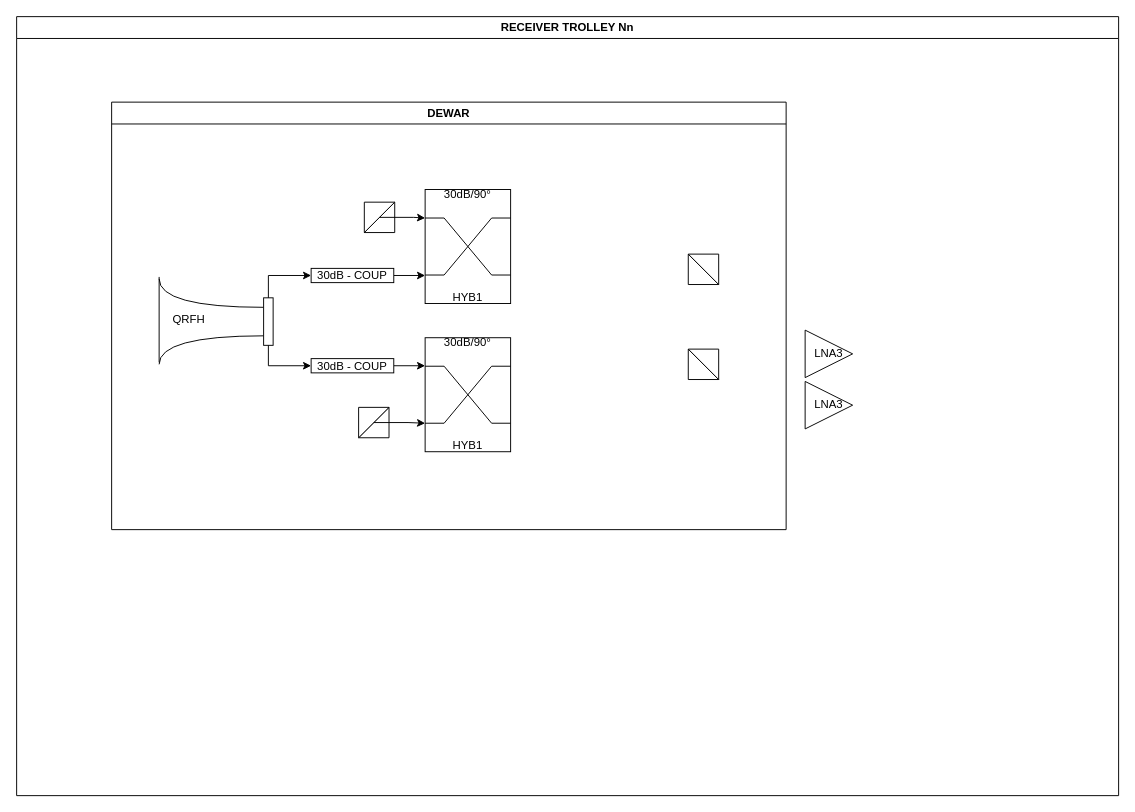
Above: vlbi_2_Nn_v02.drawio in faksdal/vlbi (draw.io), before the change. Source tidied: cells renumbered, new cells numbered last; positions are measured from the earlier drawing's top-left corner, leaving out a move shared by most shapes. Both pictures are drawn from the tidied source at 95%, with x=0, y=0 at pixel (16, 16).
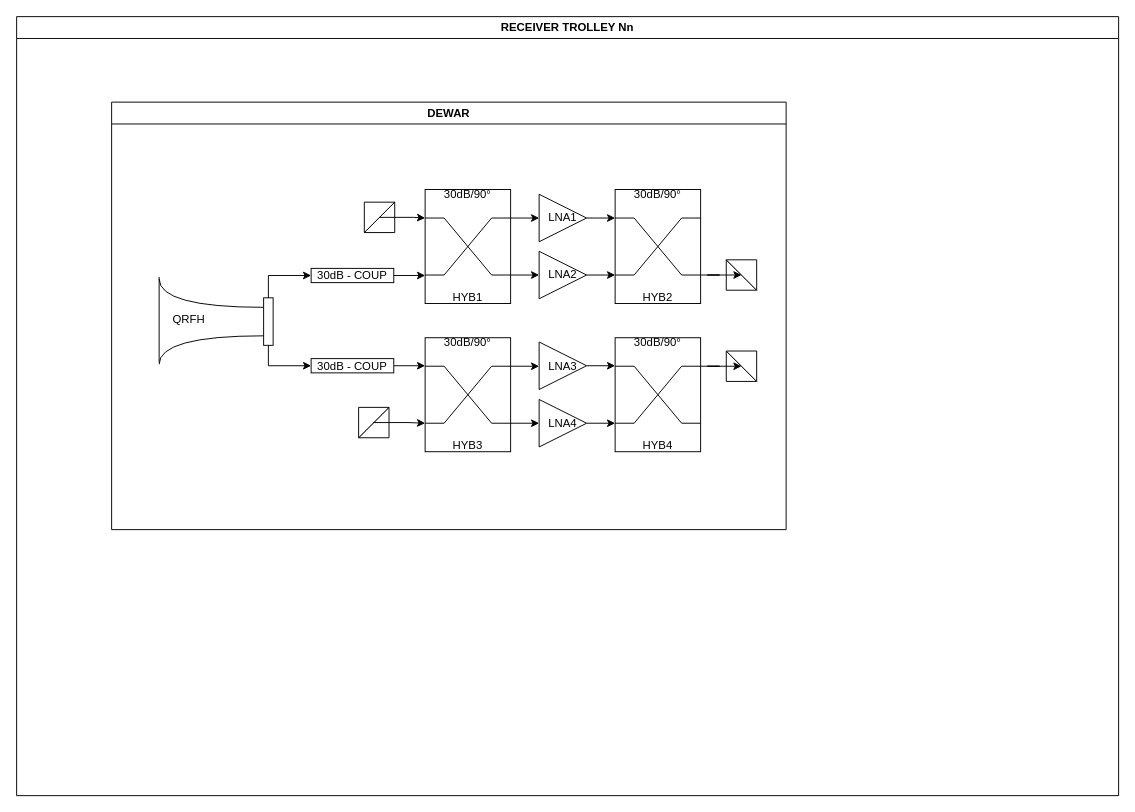
The same page after the edit.

Unchanged cells that the change refers to:
```xml
<mxCell id="2" value="RECEIVER TROLLEY Nn" style="swimlane;whiteSpace=wrap;html=1;" parent="1" vertex="1">
  <mxGeometry width="1160" height="820" as="geometry" />
</mxCell>
<mxCell id="3" value="DEWAR" style="swimlane;whiteSpace=wrap;html=1;" parent="2" vertex="1">
  <mxGeometry x="100" y="90" width="710" height="450" as="geometry" />
</mxCell>
<mxCell id="27" style="rounded=0;whiteSpace=wrap;html=1;" parent="26" vertex="1">
  <mxGeometry width="90" height="120" as="geometry" />
</mxCell>
<mxCell id="36" style="group;" parent="3" vertex="1">
  <mxGeometry x="330" y="248" width="90" height="120" as="geometry" />
</mxCell>
<mxCell id="37" style="rounded=0;whiteSpace=wrap;html=1;" parent="36" vertex="1">
  <mxGeometry width="90" height="120" as="geometry" />
</mxCell>
```

Change to the diagram source:
```diff
@@
-    <mxCell id="18" style="group;rotation=0;" parent="3" vertex="1">
-      <mxGeometry x="600" y="160" width="20" height="20" as="geometry" />
-    </mxCell>
-    <mxCell id="19" style="verticalLabelPosition=bottom;verticalAlign=top;html=1;shape=mxgraph.basic.orthogonal_triangle;rotation=0;fillStyle=solid;fillColor=light-dark(#FFFFFF,#FFFFFF);" parent="18" vertex="1">
-      <mxGeometry x="7" width="32" height="32" as="geometry" />
-    </mxCell>
-    <mxCell id="20" style="verticalLabelPosition=bottom;verticalAlign=top;html=1;shape=mxgraph.basic.orthogonal_triangle;flipH=1;flipV=1;rotation=0;fillStyle=solid;fillColor=light-dark(#FFFFFF,#000000);" parent="18" vertex="1">
-      <mxGeometry x="7" width="32" height="32" as="geometry" />
-    </mxCell>
-    <mxCell id="21" style="group;rotation=0;" parent="3" vertex="1">
-      <mxGeometry x="600" y="260" width="20" height="20" as="geometry" />
-    </mxCell>
-    <mxCell id="22" style="verticalLabelPosition=bottom;verticalAlign=top;html=1;shape=mxgraph.basic.orthogonal_triangle;rotation=0;fillStyle=solid;fillColor=light-dark(#FFFFFF,#FFFFFF);" parent="21" vertex="1">
-      <mxGeometry x="7" width="32" height="32" as="geometry" />
-    </mxCell>
-    <mxCell id="23" style="verticalLabelPosition=bottom;verticalAlign=top;html=1;shape=mxgraph.basic.orthogonal_triangle;flipH=1;flipV=1;rotation=0;fillStyle=solid;fillColor=light-dark(#FFFFFF,#000000);" parent="21" vertex="1">
-      <mxGeometry x="7" width="32" height="32" as="geometry" />
-    </mxCell>
@@
-    <mxCell id="38" value="HYB1" style="text;html=1;align=center;verticalAlign=middle;whiteSpace=wrap;rounded=0;" parent="36" vertex="1">
+    <mxCell id="38" value="HYB3" style="text;html=1;align=center;verticalAlign=middle;whiteSpace=wrap;rounded=0;" parent="36" vertex="1">
       <mxGeometry x="15" y="109" width="60" height="10" as="geometry" />
     </mxCell>
@@
+    <mxCell id="52" style="edgeStyle=orthogonalEdgeStyle;rounded=0;jettySize=auto;html=1;exitX=1;exitY=0.5;exitDx=0;exitDy=0;entryX=0;entryY=0.25;entryDx=0;entryDy=0;" parent="3" edge="1" source="50" target="73">
+      <mxGeometry relative="1" as="geometry" />
+    </mxCell>
-    <mxCell id="50" value="LNA3" style="triangle;whiteSpace=wrap;html=1;" parent="2" vertex="1">
-      <mxGeometry x="830" y="330" width="50" height="50" as="geometry" />
+    <mxCell id="50" value="LNA3" style="triangle;whiteSpace=wrap;html=1;" parent="3" vertex="1">
+      <mxGeometry x="450" y="252.5" width="50" height="50" as="geometry" />
     </mxCell>
+    <mxCell id="53" style="edgeStyle=orthogonalEdgeStyle;rounded=0;jettySize=auto;html=1;exitX=1;exitY=0.5;exitDx=0;exitDy=0;entryX=0;entryY=0.75;entryDx=0;entryDy=0;" parent="3" edge="1" source="51" target="73">
+      <mxGeometry relative="1" as="geometry" />
+    </mxCell>
-    <mxCell id="51" value="LNA3" style="triangle;whiteSpace=wrap;html=1;" parent="2" vertex="1">
-      <mxGeometry x="830" y="384" width="50" height="50" as="geometry" />
+    <mxCell id="51" value="LNA4" style="triangle;whiteSpace=wrap;html=1;" parent="3" vertex="1">
+      <mxGeometry x="450" y="313" width="50" height="50" as="geometry" />
     </mxCell>
+    <mxCell id="54" style="edgeStyle=orthogonalEdgeStyle;rounded=0;jettySize=auto;html=1;exitX=1;exitY=0.5;exitDx=0;exitDy=0;entryX=0;entryY=0.25;entryDx=0;entryDy=0;" parent="3" edge="1" source="55" target="63">
+      <mxGeometry relative="1" as="geometry" />
+    </mxCell>
+    <mxCell id="55" value="LNA1" style="triangle;whiteSpace=wrap;html=1;" parent="3" vertex="1">
+      <mxGeometry x="450" y="97" width="50" height="50" as="geometry" />
+    </mxCell>
+    <mxCell id="56" style="edgeStyle=orthogonalEdgeStyle;rounded=0;jettySize=auto;html=1;exitX=1;exitY=0.5;exitDx=0;exitDy=0;entryX=0;entryY=0.75;entryDx=0;entryDy=0;" parent="3" edge="1" source="57" target="63">
+      <mxGeometry relative="1" as="geometry" />
+    </mxCell>
+    <mxCell id="57" value="LNA2" style="triangle;whiteSpace=wrap;html=1;" parent="3" vertex="1">
+      <mxGeometry x="450" y="157" width="50" height="50" as="geometry" />
+    </mxCell>
+    <mxCell id="58" style="edgeStyle=orthogonalEdgeStyle;rounded=0;jettySize=auto;html=1;exitX=1;exitY=0.25;exitDx=0;exitDy=0;entryX=0;entryY=0.5;entryDx=0;entryDy=0;" parent="3" edge="1" source="27" target="55">
+      <mxGeometry relative="1" as="geometry" />
+    </mxCell>
+    <mxCell id="59" style="edgeStyle=orthogonalEdgeStyle;rounded=0;jettySize=auto;html=1;exitX=1;exitY=0.75;exitDx=0;exitDy=0;entryX=0;entryY=0.5;entryDx=0;entryDy=0;" parent="3" edge="1" source="27" target="57">
+      <mxGeometry relative="1" as="geometry" />
+    </mxCell>
+    <mxCell id="60" style="edgeStyle=orthogonalEdgeStyle;rounded=0;jettySize=auto;html=1;exitX=1;exitY=0.25;exitDx=0;exitDy=0;entryX=0;entryY=0.5;entryDx=0;entryDy=0;" parent="3" edge="1" source="37" target="50">
+      <mxGeometry relative="1" as="geometry" />
+    </mxCell>
+    <mxCell id="61" style="edgeStyle=orthogonalEdgeStyle;rounded=0;jettySize=auto;html=1;exitX=1;exitY=0.75;exitDx=0;exitDy=0;entryX=0;entryY=0.5;entryDx=0;entryDy=0;" parent="3" edge="1" source="37" target="51">
+      <mxGeometry relative="1" as="geometry" />
+    </mxCell>
+    <mxCell id="62" style="group;" parent="3" vertex="1">
+      <mxGeometry x="530" y="92" width="90" height="120" as="geometry" />
+    </mxCell>
+    <mxCell id="63" style="rounded=0;whiteSpace=wrap;html=1;" parent="62" vertex="1">
+      <mxGeometry width="90" height="120" as="geometry" />
+    </mxCell>
+    <mxCell id="64" value="HYB2" style="text;html=1;align=center;verticalAlign=middle;whiteSpace=wrap;rounded=0;" parent="62" vertex="1">
+      <mxGeometry x="15" y="109" width="60" height="10" as="geometry" />
+    </mxCell>
+    <mxCell id="65" value="30dB/90°" style="text;html=1;align=center;verticalAlign=middle;whiteSpace=wrap;rounded=0;" parent="62" vertex="1">
+      <mxGeometry x="15" width="60" height="10" as="geometry" />
+    </mxCell>
+    <mxCell id="66" style="endArrow=none;html=1;rounded=0;entryX=1;entryY=0.25;entryDx=0;entryDy=0;exitX=0.778;exitY=0.25;exitDx=0;exitDy=0;exitPerimeter=0;" parent="62" edge="1" source="63" target="63">
+      <mxGeometry relative="1" as="geometry" />
+    </mxCell>
+    <mxCell id="67" style="endArrow=none;html=1;rounded=0;entryX=1;entryY=0.25;entryDx=0;entryDy=0;exitX=0.778;exitY=0.25;exitDx=0;exitDy=0;exitPerimeter=0;" parent="62" edge="1">
+      <mxGeometry relative="1" as="geometry">
+        <mxPoint y="90" as="sourcePoint" />
+        <mxPoint x="20" y="90" as="targetPoint" />
+      </mxGeometry>
+    </mxCell>
+    <mxCell id="68" style="endArrow=none;html=1;rounded=0;entryX=1;entryY=0.25;entryDx=0;entryDy=0;exitX=0.778;exitY=0.25;exitDx=0;exitDy=0;exitPerimeter=0;" parent="62" edge="1">
+      <mxGeometry relative="1" as="geometry">
+        <mxPoint x="70" y="90" as="sourcePoint" />
+        <mxPoint x="90" y="90" as="targetPoint" />
+      </mxGeometry>
+    </mxCell>
+    <mxCell id="69" style="endArrow=none;html=1;rounded=0;entryX=1;entryY=0.25;entryDx=0;entryDy=0;exitX=0.778;exitY=0.25;exitDx=0;exitDy=0;exitPerimeter=0;" parent="62" edge="1">
+      <mxGeometry relative="1" as="geometry">
+        <mxPoint y="30" as="sourcePoint" />
+        <mxPoint x="20" y="30" as="targetPoint" />
+      </mxGeometry>
+    </mxCell>
+    <mxCell id="70" style="endArrow=none;html=1;rounded=0;" parent="62" edge="1">
+      <mxGeometry relative="1" as="geometry">
+        <mxPoint x="20" y="90" as="sourcePoint" />
+        <mxPoint x="70" y="30" as="targetPoint" />
+      </mxGeometry>
+    </mxCell>
+    <mxCell id="71" style="endArrow=none;html=1;rounded=0;" parent="62" edge="1">
+      <mxGeometry relative="1" as="geometry">
+        <mxPoint x="70" y="90" as="sourcePoint" />
+        <mxPoint x="20" y="30" as="targetPoint" />
+      </mxGeometry>
+    </mxCell>
+    <mxCell id="72" style="group;" parent="3" vertex="1">
+      <mxGeometry x="530" y="248" width="90" height="120" as="geometry" />
+    </mxCell>
+    <mxCell id="73" style="rounded=0;whiteSpace=wrap;html=1;" parent="72" vertex="1">
+      <mxGeometry width="90" height="120" as="geometry" />
+    </mxCell>
+    <mxCell id="74" value="HYB4" style="text;html=1;align=center;verticalAlign=middle;whiteSpace=wrap;rounded=0;" parent="72" vertex="1">
+      <mxGeometry x="15" y="109" width="60" height="10" as="geometry" />
+    </mxCell>
+    <mxCell id="75" value="30dB/90°" style="text;html=1;align=center;verticalAlign=middle;whiteSpace=wrap;rounded=0;" parent="72" vertex="1">
+      <mxGeometry x="15" width="60" height="10" as="geometry" />
+    </mxCell>
+    <mxCell id="76" style="endArrow=none;html=1;rounded=0;entryX=1;entryY=0.25;entryDx=0;entryDy=0;exitX=0.778;exitY=0.25;exitDx=0;exitDy=0;exitPerimeter=0;" parent="72" edge="1" source="73" target="73">
+      <mxGeometry relative="1" as="geometry" />
+    </mxCell>
+    <mxCell id="77" style="endArrow=none;html=1;rounded=0;entryX=1;entryY=0.25;entryDx=0;entryDy=0;exitX=0.778;exitY=0.25;exitDx=0;exitDy=0;exitPerimeter=0;" parent="72" edge="1">
+      <mxGeometry relative="1" as="geometry">
+        <mxPoint y="90" as="sourcePoint" />
+        <mxPoint x="20" y="90" as="targetPoint" />
+      </mxGeometry>
+    </mxCell>
+    <mxCell id="78" style="endArrow=none;html=1;rounded=0;entryX=1;entryY=0.25;entryDx=0;entryDy=0;exitX=0.778;exitY=0.25;exitDx=0;exitDy=0;exitPerimeter=0;" parent="72" edge="1">
+      <mxGeometry relative="1" as="geometry">
+        <mxPoint x="70" y="90" as="sourcePoint" />
+        <mxPoint x="90" y="90" as="targetPoint" />
+      </mxGeometry>
+    </mxCell>
+    <mxCell id="79" style="endArrow=none;html=1;rounded=0;entryX=1;entryY=0.25;entryDx=0;entryDy=0;exitX=0.778;exitY=0.25;exitDx=0;exitDy=0;exitPerimeter=0;" parent="72" edge="1">
+      <mxGeometry relative="1" as="geometry">
+        <mxPoint y="30" as="sourcePoint" />
+        <mxPoint x="20" y="30" as="targetPoint" />
+      </mxGeometry>
+    </mxCell>
+    <mxCell id="80" style="endArrow=none;html=1;rounded=0;" parent="72" edge="1">
+      <mxGeometry relative="1" as="geometry">
+        <mxPoint x="20" y="90" as="sourcePoint" />
+        <mxPoint x="70" y="30" as="targetPoint" />
+      </mxGeometry>
+    </mxCell>
+    <mxCell id="81" style="endArrow=none;html=1;rounded=0;" parent="72" edge="1">
+      <mxGeometry relative="1" as="geometry">
+        <mxPoint x="70" y="90" as="sourcePoint" />
+        <mxPoint x="20" y="30" as="targetPoint" />
+      </mxGeometry>
+    </mxCell>
+    <mxCell id="18" style="group;rotation=0;" parent="3" vertex="1">
+      <mxGeometry x="640" y="166" width="20" height="20" as="geometry" />
+    </mxCell>
+    <mxCell id="19" style="verticalLabelPosition=bottom;verticalAlign=top;html=1;shape=mxgraph.basic.orthogonal_triangle;rotation=0;fillStyle=solid;fillColor=light-dark(#FFFFFF,#FFFFFF);" parent="18" vertex="1">
+      <mxGeometry x="7" width="32" height="32" as="geometry" />
+    </mxCell>
+    <mxCell id="20" style="verticalLabelPosition=bottom;verticalAlign=top;html=1;shape=mxgraph.basic.orthogonal_triangle;flipH=1;flipV=1;rotation=0;fillStyle=solid;fillColor=light-dark(#FFFFFF,#000000);" parent="18" vertex="1">
+      <mxGeometry x="7" width="32" height="32" as="geometry" />
+    </mxCell>
+    <mxCell id="21" style="group;rotation=0;" parent="3" vertex="1">
+      <mxGeometry x="640" y="262" width="20" height="20" as="geometry" />
+    </mxCell>
+    <mxCell id="22" style="verticalLabelPosition=bottom;verticalAlign=top;html=1;shape=mxgraph.basic.orthogonal_triangle;rotation=0;fillStyle=solid;fillColor=light-dark(#FFFFFF,#FFFFFF);" parent="21" vertex="1">
+      <mxGeometry x="7" width="32" height="32" as="geometry" />
+    </mxCell>
+    <mxCell id="23" style="verticalLabelPosition=bottom;verticalAlign=top;html=1;shape=mxgraph.basic.orthogonal_triangle;flipH=1;flipV=1;rotation=0;fillStyle=solid;fillColor=light-dark(#FFFFFF,#000000);" parent="21" vertex="1">
+      <mxGeometry x="7" width="32" height="32" as="geometry" />
+    </mxCell>
+    <mxCell id="82" style="edgeStyle=orthogonalEdgeStyle;rounded=0;jettySize=auto;html=1;exitX=1;exitY=0.75;exitDx=0;exitDy=0;entryX=0.5;entryY=0.5;entryDx=0;entryDy=0;entryPerimeter=0;" parent="3" edge="1" source="63" target="19">
+      <mxGeometry relative="1" as="geometry" />
+    </mxCell>
+    <mxCell id="83" style="edgeStyle=orthogonalEdgeStyle;rounded=0;jettySize=auto;html=1;exitX=1;exitY=0.25;exitDx=0;exitDy=0;entryX=0.5;entryY=0.5;entryDx=0;entryDy=0;entryPerimeter=0;" parent="3" edge="1" source="73" target="22">
+      <mxGeometry relative="1" as="geometry" />
+    </mxCell>
```
